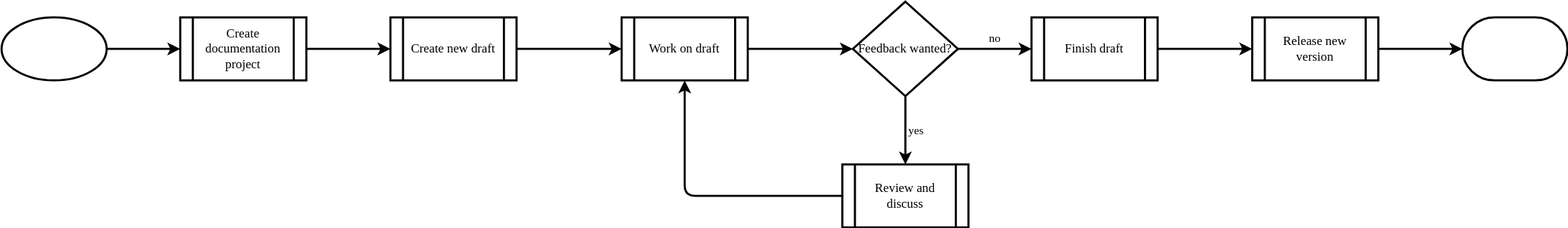
Netbeheer-Nederland/doc-documentation-manual keeps this draw.io diagram as modules/ROOT/images/proc_maintaining_doc_proj.drawio.svg. Above is the earlier version. Source tidied: cells renumbered, new cells last; positions are measured from the earlier drawing's top-left corner, leaving out a move shared by most shapes.
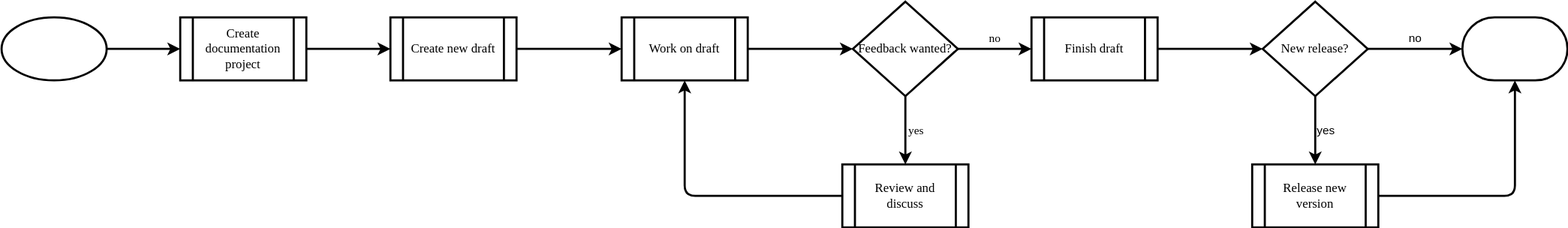
The same diagram one commit later.

What changed in the source:
```diff
@@ -32,17 +32,17 @@
     <mxCell id="11" value="Review and discuss" style="shape=process;whiteSpace=wrap;html=1;backgroundOutline=1;strokeWidth=2;fontFamily=Verdana;" parent="1" vertex="1">
       <mxGeometry x="800" y="155" width="120" height="60" as="geometry" />
     </mxCell>
-    <mxCell id="12" style="edgeStyle=orthogonalEdgeStyle;rounded=0;jettySize=auto;html=1;strokeWidth=2;" parent="1" edge="1" source="13" target="15">
-      <mxGeometry relative="1" as="geometry" />
-    </mxCell>
+    <mxCell id="20" style="edgeStyle=orthogonalEdgeStyle;rounded=0;jettySize=auto;html=1;entryX=0;entryY=0.5;entryDx=0;entryDy=0;entryPerimeter=0;strokeWidth=2;" parent="1" edge="1" source="13" target="23">
+      <mxGeometry relative="1" as="geometry" />
+    </mxCell>
     <mxCell id="13" value="Finish draft" style="shape=process;whiteSpace=wrap;html=1;backgroundOutline=1;strokeWidth=2;fontFamily=Verdana;" parent="1" vertex="1">
       <mxGeometry x="980" y="15" width="120" height="60" as="geometry" />
     </mxCell>
-    <mxCell id="14" style="edgeStyle=orthogonalEdgeStyle;rounded=0;jettySize=auto;html=1;strokeWidth=2;" parent="1" edge="1" source="15" target="16">
+    <mxCell id="14" style="edgeStyle=orthogonalEdgeStyle;rounded=1;jettySize=auto;html=1;strokeWidth=2;" parent="1" edge="1" source="15" target="16">
       <mxGeometry relative="1" as="geometry" />
     </mxCell>
     <mxCell id="15" value="Release new version" style="shape=process;whiteSpace=wrap;html=1;backgroundOutline=1;strokeWidth=2;fontFamily=Verdana;" parent="1" vertex="1">
-      <mxGeometry x="1190" y="15" width="120" height="60" as="geometry" />
+      <mxGeometry x="1190" y="155" width="120" height="60" as="geometry" />
     </mxCell>
     <mxCell id="16" style="strokeWidth=2;html=1;shape=mxgraph.flowchart.terminator;whiteSpace=wrap;hachureGap=4;fontFamily=Verdana;" parent="1" vertex="1">
       <mxGeometry x="1390" y="15" width="100" height="60" as="geometry" />
@@ -56,5 +56,14 @@
     <mxCell id="19" value="Feedback wanted?" style="strokeWidth=2;html=1;shape=mxgraph.flowchart.decision;whiteSpace=wrap;strokeColor=#000000;fontFamily=Verdana;" parent="1" vertex="1">
       <mxGeometry x="810" width="100" height="90" as="geometry" />
     </mxCell>
+    <mxCell id="21" value="no" style="edgeStyle=orthogonalEdgeStyle;rounded=0;jettySize=auto;html=1;entryX=0;entryY=0.5;entryDx=0;entryDy=0;entryPerimeter=0;strokeWidth=2;labelBackgroundColor=none;spacingRight=0;spacingBottom=20;" parent="1" edge="1" source="23" target="16">
+      <mxGeometry relative="1" as="geometry" />
+    </mxCell>
+    <mxCell id="22" value="yes" style="edgeStyle=orthogonalEdgeStyle;rounded=0;jettySize=auto;html=1;strokeWidth=2;spacingLeft=20;labelBackgroundColor=none;" parent="1" edge="1" source="23" target="15">
+      <mxGeometry relative="1" as="geometry" />
+    </mxCell>
+    <mxCell id="23" value="New release?" style="strokeWidth=2;html=1;shape=mxgraph.flowchart.decision;whiteSpace=wrap;strokeColor=#000000;fontFamily=Verdana;" parent="1" vertex="1">
+      <mxGeometry x="1200" width="100" height="90" as="geometry" />
+    </mxCell>
   </root>
 </mxGraphModel>
```
